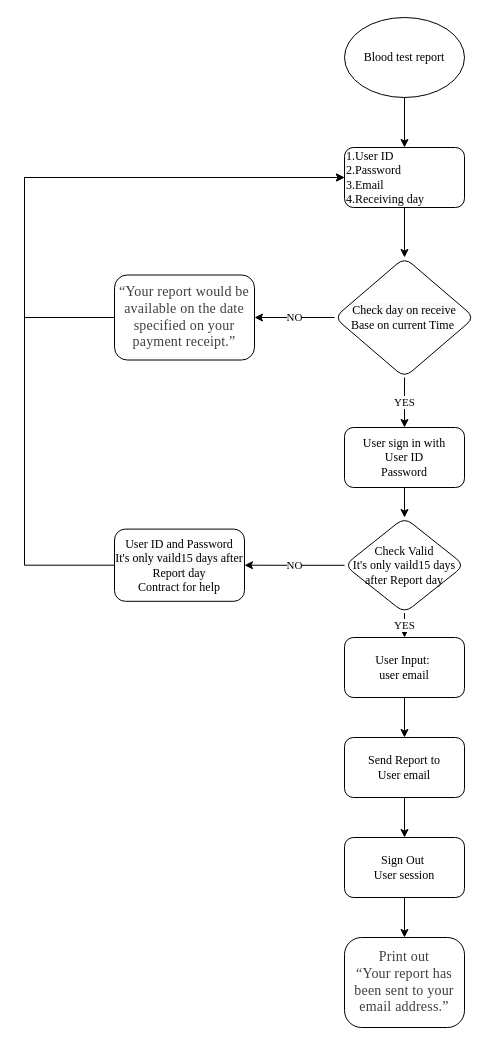
ricotrannguyen/Algorithm keeps this draw.io diagram as blood-test-reports.drawio. Above is the earlier version. Source tidied: cells renumbered, new cells numbered last; positions are measured from the earlier drawing's top-left corner, leaving out a move shared by most shapes. Both pictures are drawn from the tidied source at 100%, with x=0, y=0 at pixel (24, 17).
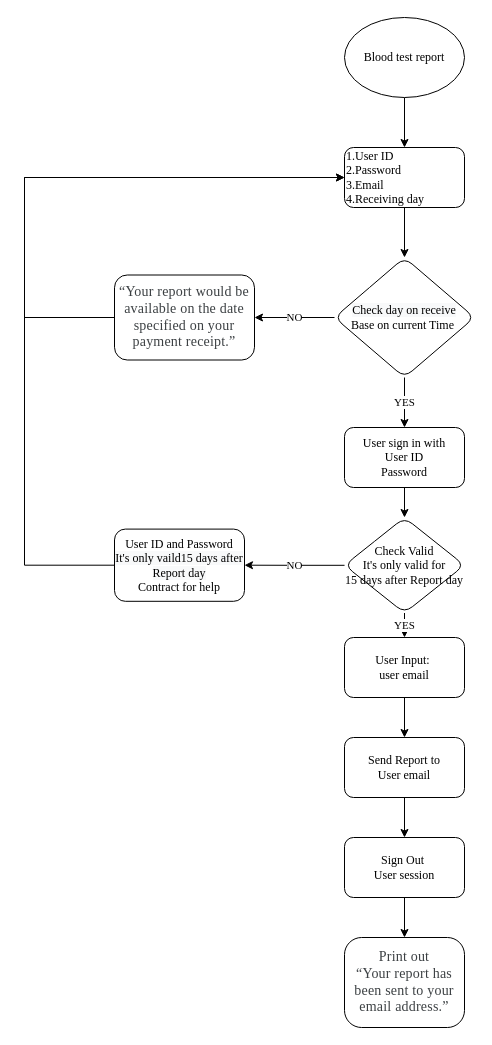
After the change.

The edit, as a diff of the source:
```diff
@@
-    <mxCell id="20" value="Check Valid &lt;br&gt;It's only vaild15 days after Report day" style="rhombus;whiteSpace=wrap;html=1;rounded=1;fontFamily=Times New Roman;" parent="1" vertex="1">
+    <mxCell id="20" value="Check Valid &lt;br&gt;It's only valid for&lt;br&gt;15 days after Report day" style="rhombus;whiteSpace=wrap;html=1;rounded=1;fontFamily=Times New Roman;" parent="1" vertex="1">
       <mxGeometry x="320" y="500" width="120" height="95.5" as="geometry" />
     </mxCell>
```
